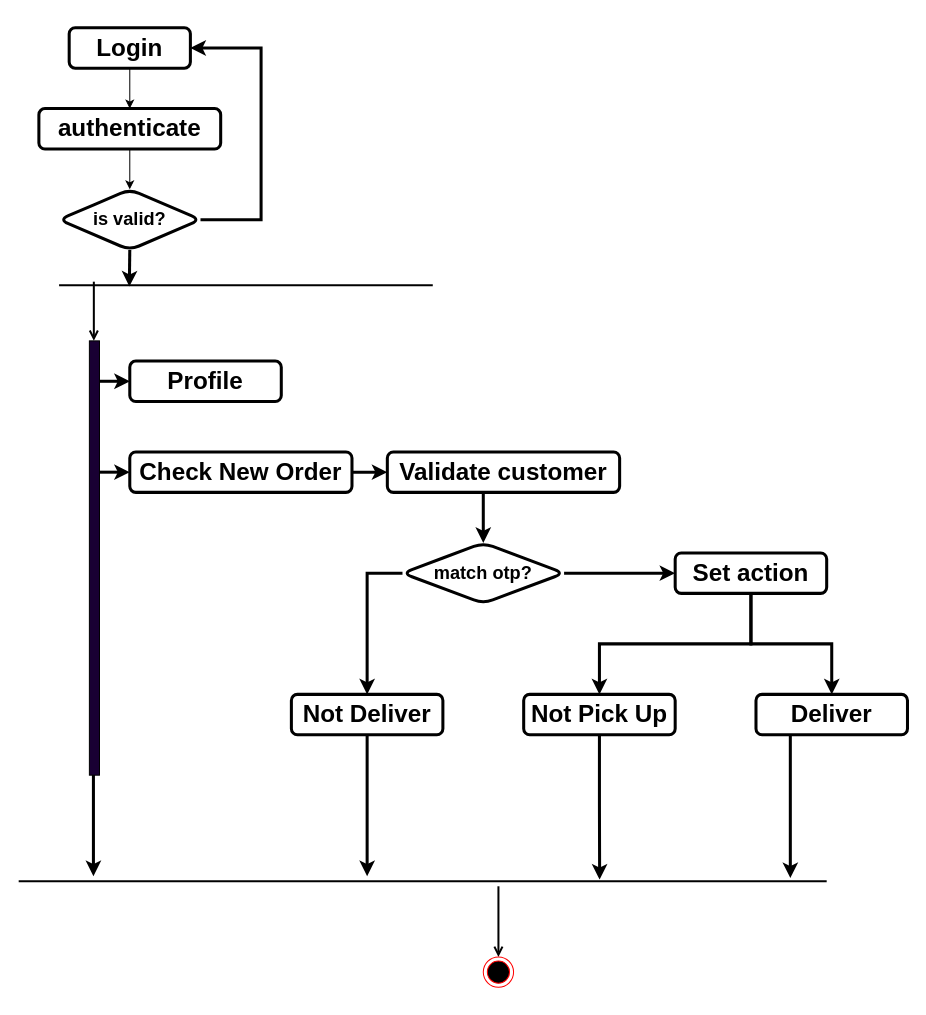
Above: activity Diagram of admin.drawio in prashanta1542/default (draw.io), before the change. Source tidied: cells renumbered, new cells numbered last; positions are measured from the earlier drawing's top-left corner, leaving out a move shared by most shapes. Both pictures are drawn from the tidied source at 101%, with x=0, y=0 at pixel (18, 27).
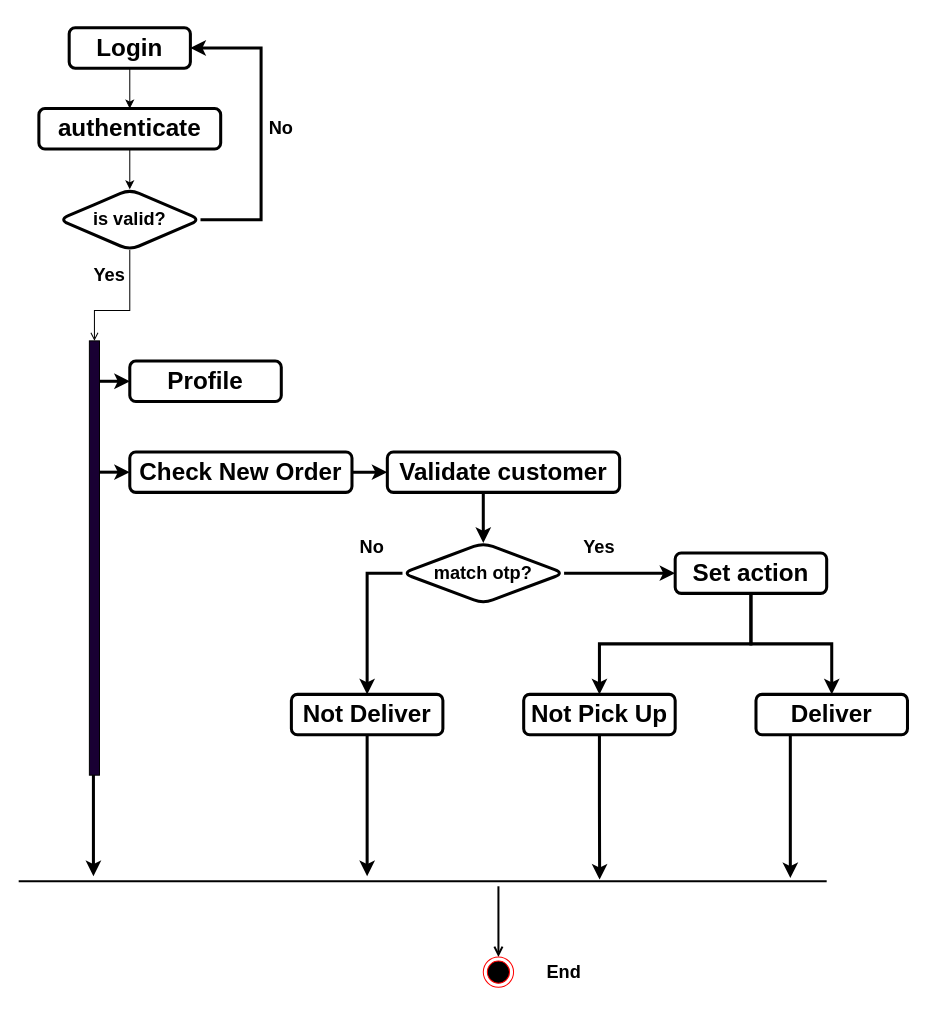
Above is the later version.

The change refers to these unchanged cells:
```xml
<mxCell id="9" value="&lt;h2&gt;is valid?&lt;/h2&gt;" style="rhombus;whiteSpace=wrap;html=1;rounded=1;strokeWidth=3;" parent="1" vertex="1">
  <mxGeometry x="40" y="160" width="140" height="60" as="geometry" />
</mxCell>
<mxCell id="32" style="html=1;points=[];perimeter=orthogonalPerimeter;outlineConnect=0;targetShapes=umlLifeline;portConstraint=eastwest;newEdgeStyle={&quot;edgeStyle&quot;:&quot;elbowEdgeStyle&quot;,&quot;elbow&quot;:&quot;vertical&quot;,&quot;curved&quot;:0,&quot;rounded&quot;:0};fillColor=#190033;" parent="1" vertex="1">
  <mxGeometry x="70" y="310" width="10" height="430" as="geometry" />
</mxCell>
```

What changed in the source:
```diff
@@
-    <mxCell id="26" style="edgeStyle=orthogonalEdgeStyle;rounded=0;jettySize=auto;html=1;exitX=0.188;exitY=0.62;exitDx=0;exitDy=0;exitPerimeter=0;entryX=0.5;entryY=1;entryDx=0;entryDy=0;startArrow=classic;startFill=1;endArrow=none;endFill=0;strokeWidth=3;" parent="1" edge="1" source="27" target="9">
-      <mxGeometry relative="1" as="geometry" />
+    <mxCell id="26" style="edgeStyle=orthogonalEdgeStyle;rounded=0;jettySize=auto;html=1;entryX=0.5;entryY=1;entryDx=0;entryDy=0;startArrow=open;startFill=0;endArrow=none;endFill=0;strokeWidth=1;" parent="1" edge="1" source="32" target="9">
+      <mxGeometry relative="1" as="geometry">
+        <Array as="points">
+          <mxPoint x="75" y="280" />
+          <mxPoint x="110" y="280" />
+        </Array>
+      </mxGeometry>
     </mxCell>
-    <mxCell id="27" style="line;strokeWidth=2;html=1;perimeterSpacing=0;" parent="1" vertex="1">
-      <mxGeometry x="40" y="250" width="370" height="10" as="geometry" />
-    </mxCell>
@@
-    <mxCell id="29" style="edgeStyle=orthogonalEdgeStyle;rounded=0;jettySize=auto;html=1;strokeWidth=2;exitX=0.093;exitY=0.14;exitDx=0;exitDy=0;exitPerimeter=0;endArrow=open;endFill=0;" parent="1" edge="1" source="27" target="32">
-      <mxGeometry relative="1" as="geometry">
-        <Array as="points">
-          <mxPoint x="74" y="390" />
-          <mxPoint x="74" y="390" />
-        </Array>
-      </mxGeometry>
-    </mxCell>
@@
+    <mxCell id="35" value="&lt;h2&gt;No&lt;/h2&gt;" style="text;html=1;strokeColor=none;fillColor=none;align=center;verticalAlign=middle;whiteSpace=wrap;rounded=0;" parent="1" vertex="1">
+      <mxGeometry x="230" y="85" width="60" height="30" as="geometry" />
+    </mxCell>
+    <mxCell id="36" value="&lt;h2&gt;Yes&lt;/h2&gt;" style="text;html=1;strokeColor=none;fillColor=none;align=center;verticalAlign=middle;whiteSpace=wrap;rounded=0;" parent="1" vertex="1">
+      <mxGeometry x="60" y="230" width="60" height="30" as="geometry" />
+    </mxCell>
+    <mxCell id="37" value="&lt;h2&gt;No&lt;/h2&gt;" style="text;html=1;strokeColor=none;fillColor=none;align=center;verticalAlign=middle;whiteSpace=wrap;rounded=0;" parent="1" vertex="1">
+      <mxGeometry x="320" y="500" width="60" height="30" as="geometry" />
+    </mxCell>
+    <mxCell id="38" value="&lt;h2&gt;Yes&lt;/h2&gt;" style="text;html=1;strokeColor=none;fillColor=none;align=center;verticalAlign=middle;whiteSpace=wrap;rounded=0;" parent="1" vertex="1">
+      <mxGeometry x="545" y="500" width="60" height="30" as="geometry" />
+    </mxCell>
+    <mxCell id="39" value="&lt;h2&gt;End&lt;/h2&gt;" style="text;html=1;strokeColor=none;fillColor=none;align=center;verticalAlign=middle;whiteSpace=wrap;rounded=0;" parent="1" vertex="1">
+      <mxGeometry x="510" y="920" width="60" height="30" as="geometry" />
+    </mxCell>
```
